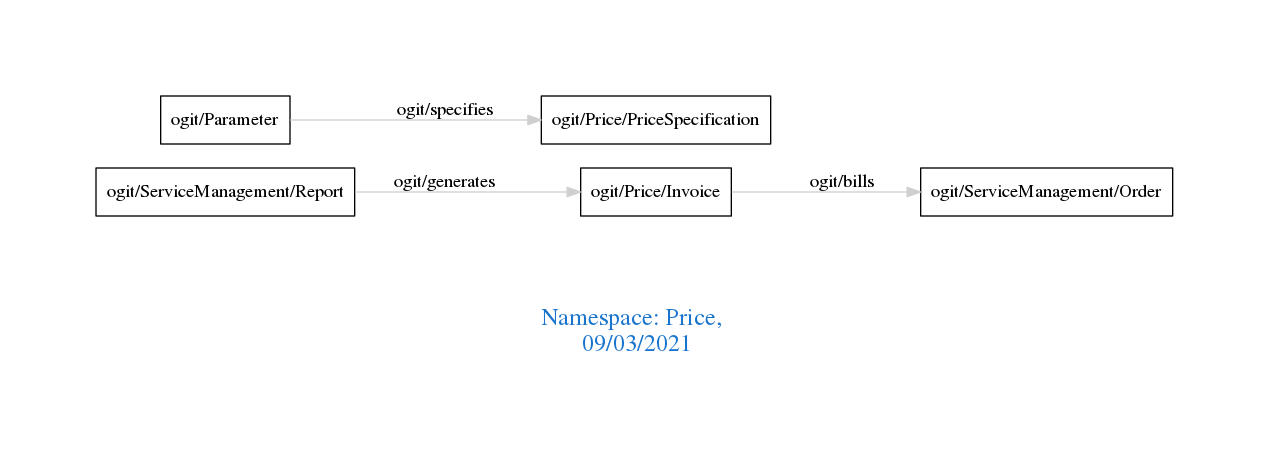
Earlier version of the Graphviz export downloads/Price.png (arago/OGIT). Its source is kept beside it as downloads/Price.dot.
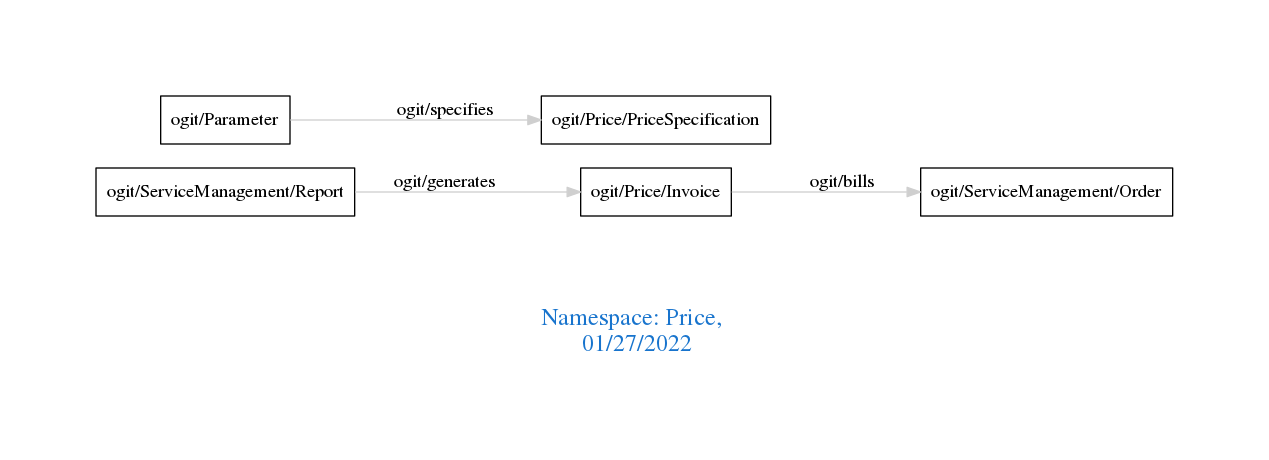
After the change.

Diff of the diagram source:
```diff
@@ -1,7 +1,7 @@
 digraph OGIT_ontology {
  graph [ rankdir= LR,pad=1
 fontsize = 18,
-fontcolor= dodgerblue3,label = "\n\n\nNamespace: Price, \n 09/03/2021"];
+fontcolor= dodgerblue3,label = "\n\n\nNamespace: Price, \n 01/27/2022"];
 node[shape=polygon];
 edge [  color="gray81"];
 
```
